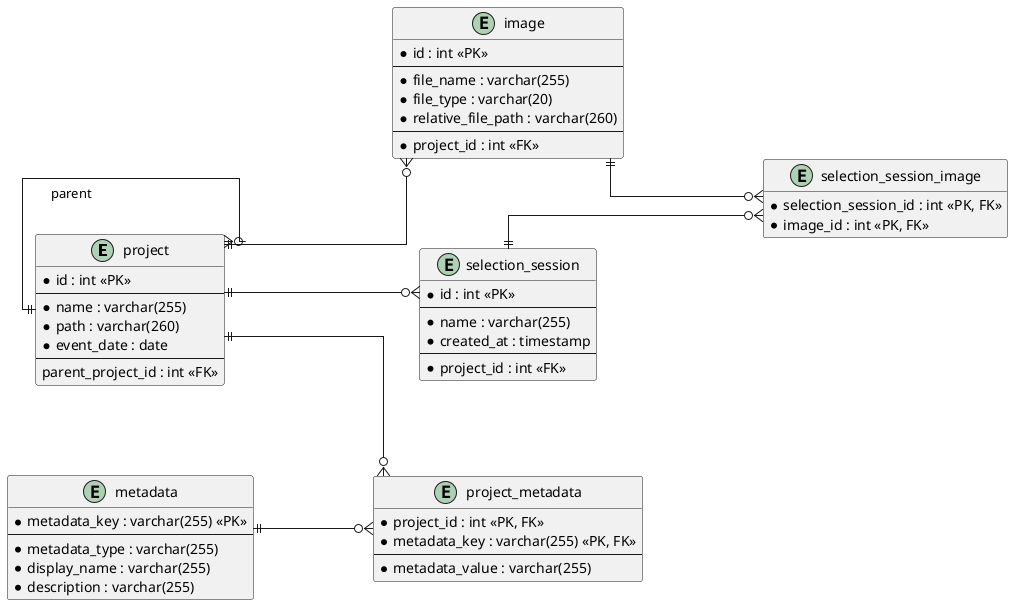
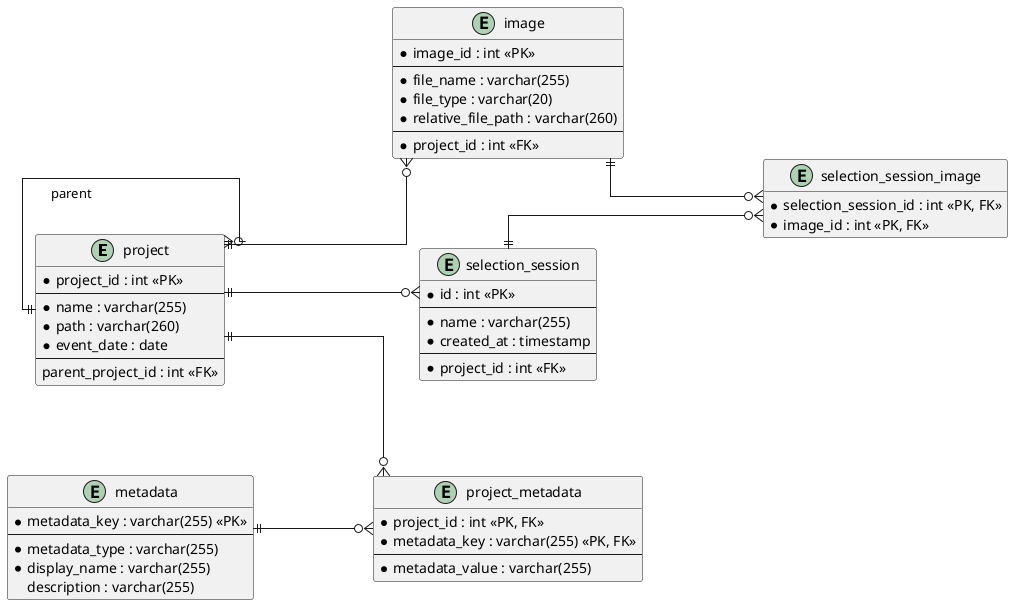
﻿@startuml
left to right direction
hide methods
hide stereotypes
skinparam linetype ortho
skinparam nodesep 90
skinparam ranksep 120

entity "project" as project {
-   * id : int <<PK>>
+   * project_id : int <<PK>>
  --
  * name : varchar(255)
  * path : varchar(260)
  * event_date : date
  --
  parent_project_id : int <<FK>>
}

entity "image" as image {
-   * id : int <<PK>>
+   * image_id : int <<PK>>
  --
  * file_name : varchar(255)
  * file_type : varchar(20)
  * relative_file_path : varchar(260)
  --
  * project_id : int <<FK>>
}

entity "metadata" as metadata {
  * metadata_key : varchar(255) <<PK>>
  --
  * metadata_type : varchar(255)
  * display_name : varchar(255)
-   * description : varchar(255)
+   description : varchar(255)
}

entity "project_metadata" as project_metadata {
  * project_id : int <<PK, FK>>
  * metadata_key : varchar(255) <<PK, FK>>
  --
  * metadata_value : varchar(255)
}

entity "selection_session" as selection_session {
  * id : int <<PK>>
  --
  * name : varchar(255)
  * created_at : timestamp
  --
  * project_id : int <<FK>>
}

entity "selection_session_image" as selection_session_image {
  * selection_session_id : int <<PK, FK>>
  * image_id : int <<PK, FK>>
}

project ||--o{ project : parent
project ||--o{ image
project ||--o{ project_metadata
project ||--o{ selection_session

metadata ||--o{ project_metadata

selection_session ||--o{ selection_session_image
image ||--o{ selection_session_image

@enduml